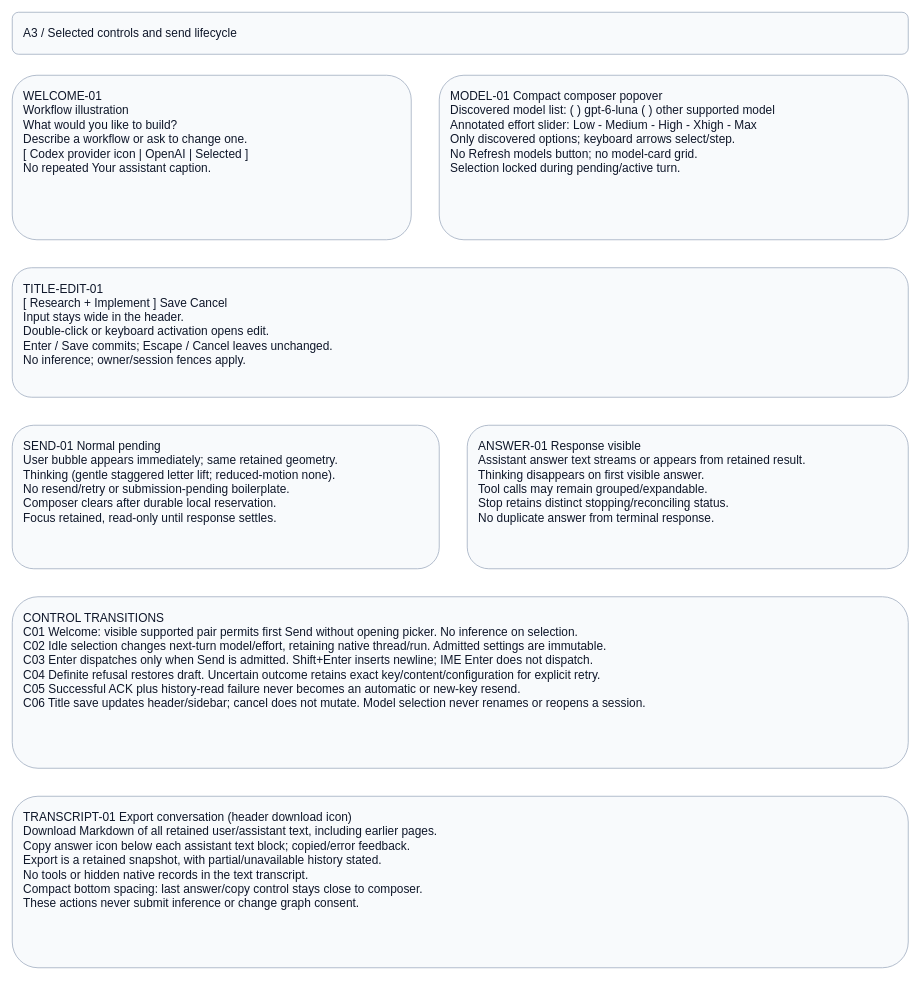
This is page "A3 - Composer and title controls" (3 of 4) of projects/laomedo/subsystems/agent-execution/design/application-assistant.drawio from amadou-6e/specs, a draw.io file, before an edit. Source tidied: cells renumbered, new cells numbered last; positions are measured from the earlier drawing's top-left corner, leaving out a move shared by most shapes. Both pictures are drawn from the tidied source at 70%, with x=0, y=0 at pixel (12, 12).
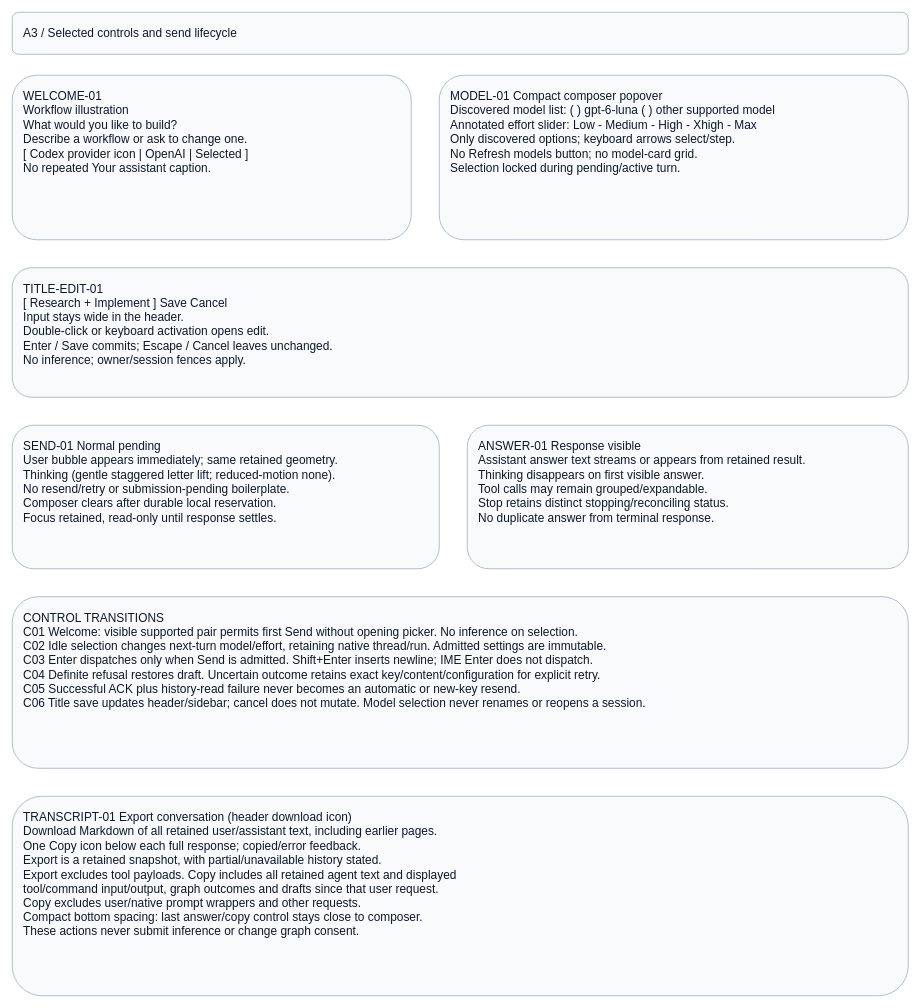
The same page after the edit.

Commit message (it also covers changes not shown here):
docs: define copy scope as the full agent response

Change to the diagram source:
```diff
@@
 <mxGraphModel>
   <root>
     <mxCell id="0" />
     <mxCell id="1" parent="0" />
     <mxCell id="2" value="A3 / Selected controls and send lifecycle" style="rounded=1;whiteSpace=wrap;html=0;fillColor=#f8fafc;strokeColor=#94a3b8;fontColor=#0f172a;fontFamily=Arial;fontSize=17;align=left;verticalAlign=top;spacing=16;" parent="1" vertex="1">
       <mxGeometry width="1280" height="60" as="geometry" />
     </mxCell>
     <mxCell id="3" value="WELCOME-01&#10;Workflow illustration&#10;What would you like to build?&#10;Describe a workflow or ask to change one.&#10;[ Codex provider icon | OpenAI | Selected ]&#10;No repeated Your assistant caption." style="rounded=1;whiteSpace=wrap;html=0;fillColor=#f8fafc;strokeColor=#94a3b8;fontColor=#0f172a;fontFamily=Arial;fontSize=17;align=left;verticalAlign=top;spacing=16;" parent="1" vertex="1">
       <mxGeometry y="90" width="570" height="235" as="geometry" />
     </mxCell>
     <mxCell id="4" value="MODEL-01  Compact composer popover&#10;Discovered model list: ( ) gpt-6-luna  ( ) other supported model&#10;Annotated effort slider: Low - Medium - High - Xhigh - Max&#10;Only discovered options; keyboard arrows select/step.&#10;No Refresh models button; no model-card grid.&#10;Selection locked during pending/active turn." style="rounded=1;whiteSpace=wrap;html=0;fillColor=#f8fafc;strokeColor=#94a3b8;fontColor=#0f172a;fontFamily=Arial;fontSize=17;align=left;verticalAlign=top;spacing=16;" parent="1" vertex="1">
       <mxGeometry x="610" y="90" width="670" height="235" as="geometry" />
     </mxCell>
     <mxCell id="5" value="TITLE-EDIT-01&#10;[ Research + Implement                               ] Save  Cancel&#10;Input stays wide in the header.&#10;Double-click or keyboard activation opens edit.&#10;Enter / Save commits; Escape / Cancel leaves unchanged.&#10;No inference; owner/session fences apply." style="rounded=1;whiteSpace=wrap;html=0;fillColor=#f8fafc;strokeColor=#94a3b8;fontColor=#0f172a;fontFamily=Arial;fontSize=17;align=left;verticalAlign=top;spacing=16;" parent="1" vertex="1">
       <mxGeometry y="365" width="1280" height="185" as="geometry" />
     </mxCell>
     <mxCell id="6" value="SEND-01  Normal pending&#10;User bubble appears immediately; same retained geometry.&#10;Thinking (gentle staggered letter lift; reduced-motion none).&#10;No resend/retry or submission-pending boilerplate.&#10;Composer clears after durable local reservation.&#10;Focus retained, read-only until response settles." style="rounded=1;whiteSpace=wrap;html=0;fillColor=#f8fafc;strokeColor=#94a3b8;fontColor=#0f172a;fontFamily=Arial;fontSize=17;align=left;verticalAlign=top;spacing=16;" parent="1" vertex="1">
       <mxGeometry y="590" width="610" height="205" as="geometry" />
     </mxCell>
     <mxCell id="7" value="ANSWER-01  Response visible&#10;Assistant answer text streams or appears from retained result.&#10;Thinking disappears on first visible answer.&#10;Tool calls may remain grouped/expandable.&#10;Stop retains distinct stopping/reconciling status.&#10;No duplicate answer from terminal response." style="rounded=1;whiteSpace=wrap;html=0;fillColor=#f8fafc;strokeColor=#94a3b8;fontColor=#0f172a;fontFamily=Arial;fontSize=17;align=left;verticalAlign=top;spacing=16;" parent="1" vertex="1">
       <mxGeometry x="650" y="590" width="630" height="205" as="geometry" />
     </mxCell>
     <mxCell id="8" value="CONTROL TRANSITIONS&#10;C01 Welcome: visible supported pair permits first Send without opening picker. No inference on selection.&#10;C02 Idle selection changes next-turn model/effort, retaining native thread/run. Admitted settings are immutable.&#10;C03 Enter dispatches only when Send is admitted. Shift+Enter inserts newline; IME Enter does not dispatch.&#10;C04 Definite refusal restores draft. Uncertain outcome retains exact key/content/configuration for explicit retry.&#10;C05 Successful ACK plus history-read failure never becomes an automatic or new-key resend.&#10;C06 Title save updates header/sidebar; cancel does not mutate. Model selection never renames or reopens a session." style="rounded=1;whiteSpace=wrap;html=0;fillColor=#f8fafc;strokeColor=#94a3b8;fontColor=#0f172a;fontFamily=Arial;fontSize=17;align=left;verticalAlign=top;spacing=16;" parent="1" vertex="1">
       <mxGeometry y="835" width="1280" height="245" as="geometry" />
     </mxCell>
-    <mxCell id="9" value="TRANSCRIPT-01  Export conversation (header download icon)&#10;Download Markdown of all retained user/assistant text, including earlier pages.&#10;Copy answer icon below each assistant text block; copied/error feedback.&#10;Export is a retained snapshot, with partial/unavailable history stated.&#10;No tools or hidden native records in the text transcript.&#10;Compact bottom spacing: last answer/copy control stays close to composer.&#10;These actions never submit inference or change graph consent." style="rounded=1;whiteSpace=wrap;html=0;fillColor=#f8fafc;strokeColor=#94a3b8;fontColor=#0f172a;fontFamily=Arial;fontSize=17;align=left;verticalAlign=top;spacing=16;" parent="1" vertex="1">
-      <mxGeometry y="1120" width="1280" height="245" as="geometry" />
+    <mxCell id="9" value="TRANSCRIPT-01  Export conversation (header download icon)&#10;Download Markdown of all retained user/assistant text, including earlier pages.&#10;One Copy icon below each full response; copied/error feedback.&#10;Export is a retained snapshot, with partial/unavailable history stated.&#10;Export excludes tool payloads. Copy includes all retained agent text and displayed&#10;tool/command input/output, graph outcomes and drafts since that user request.&#10;Copy excludes user/native prompt wrappers and other requests.&#10;Compact bottom spacing: last answer/copy control stays close to composer.&#10;These actions never submit inference or change graph consent." style="rounded=1;whiteSpace=wrap;html=0;fillColor=#f8fafc;strokeColor=#94a3b8;fontColor=#0f172a;fontFamily=Arial;fontSize=17;align=left;verticalAlign=top;spacing=16;" parent="1" vertex="1">
+      <mxGeometry y="1120" width="1280" height="285" as="geometry" />
     </mxCell>
   </root>
 </mxGraphModel>
```
